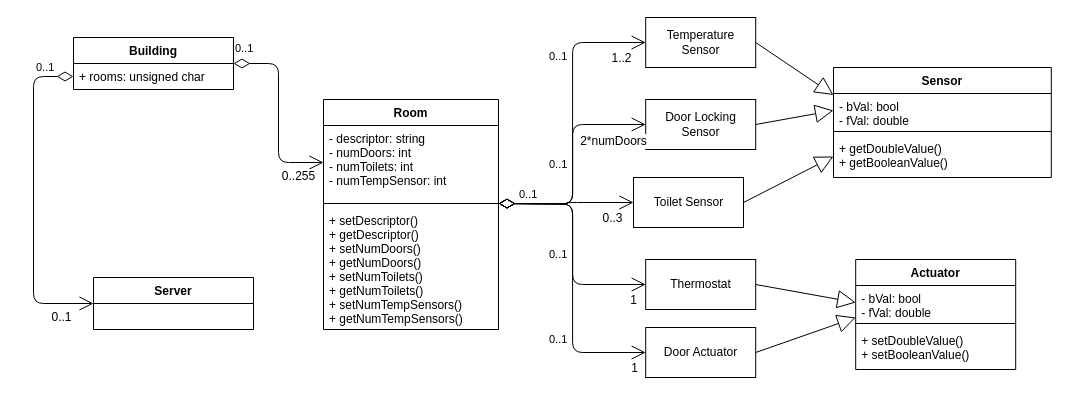
The draw.io diagram Anforderungen/Fachklassen/Fachklassen.drawio in FHWestkuesteSWE/projektgebaeude-juicy-errors, before the edit. Source tidied: cells renumbered, new cells numbered last; positions are measured from the earlier drawing's top-left corner, leaving out a move shared by most shapes. Both pictures are drawn from the tidied source at 100%, with x=0, y=0 at pixel (33, 17).
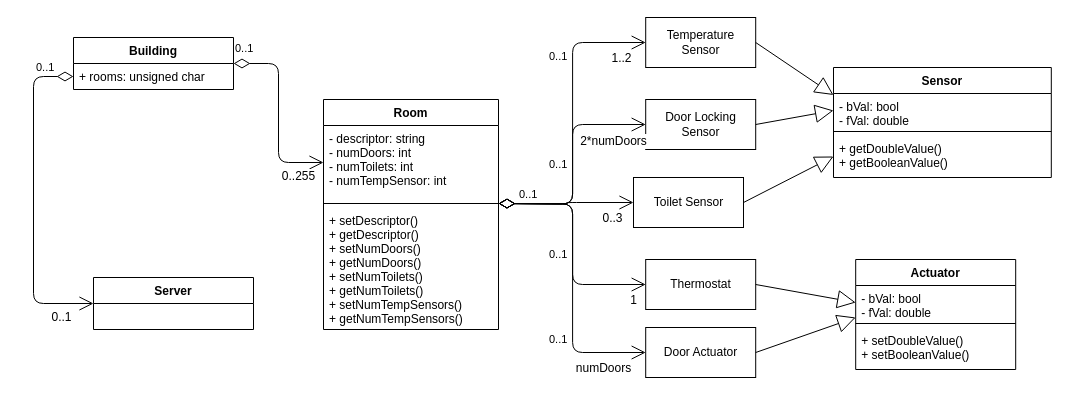
After the change.

Commit message (it also covers changes not shown here):
Updated class diagram

Unchanged cells that the change refers to:
```xml
<mxCell id="20" value="0..1" style="endArrow=open;html=1;endSize=12;startArrow=diamondThin;startSize=14;startFill=0;edgeStyle=orthogonalEdgeStyle;align=left;verticalAlign=bottom;entryX=0;entryY=0.5;entryDx=0;entryDy=0;" parent="1" edge="1" target="12">
  <mxGeometry x="0.48" y="-25" relative="1" as="geometry">
    <mxPoint x="465" y="186" as="sourcePoint" />
  </mxGeometry>
</mxCell>
```

What changed in the source:
```diff
@@
-    <mxCell id="21" value="1" style="text;html=1;align=center;verticalAlign=middle;labelBackgroundColor=#ffffff;" parent="20" vertex="1">
+    <mxCell id="21" value="numDoors" style="text;html=1;align=center;verticalAlign=middle;labelBackgroundColor=#ffffff;" parent="20" vertex="1">
       <mxGeometry x="0.9" y="-3" relative="1" as="geometry">
-        <mxPoint x="3" y="12" as="offset" />
+        <mxPoint x="-28" y="12" as="offset" />
       </mxGeometry>
     </mxCell>
```
